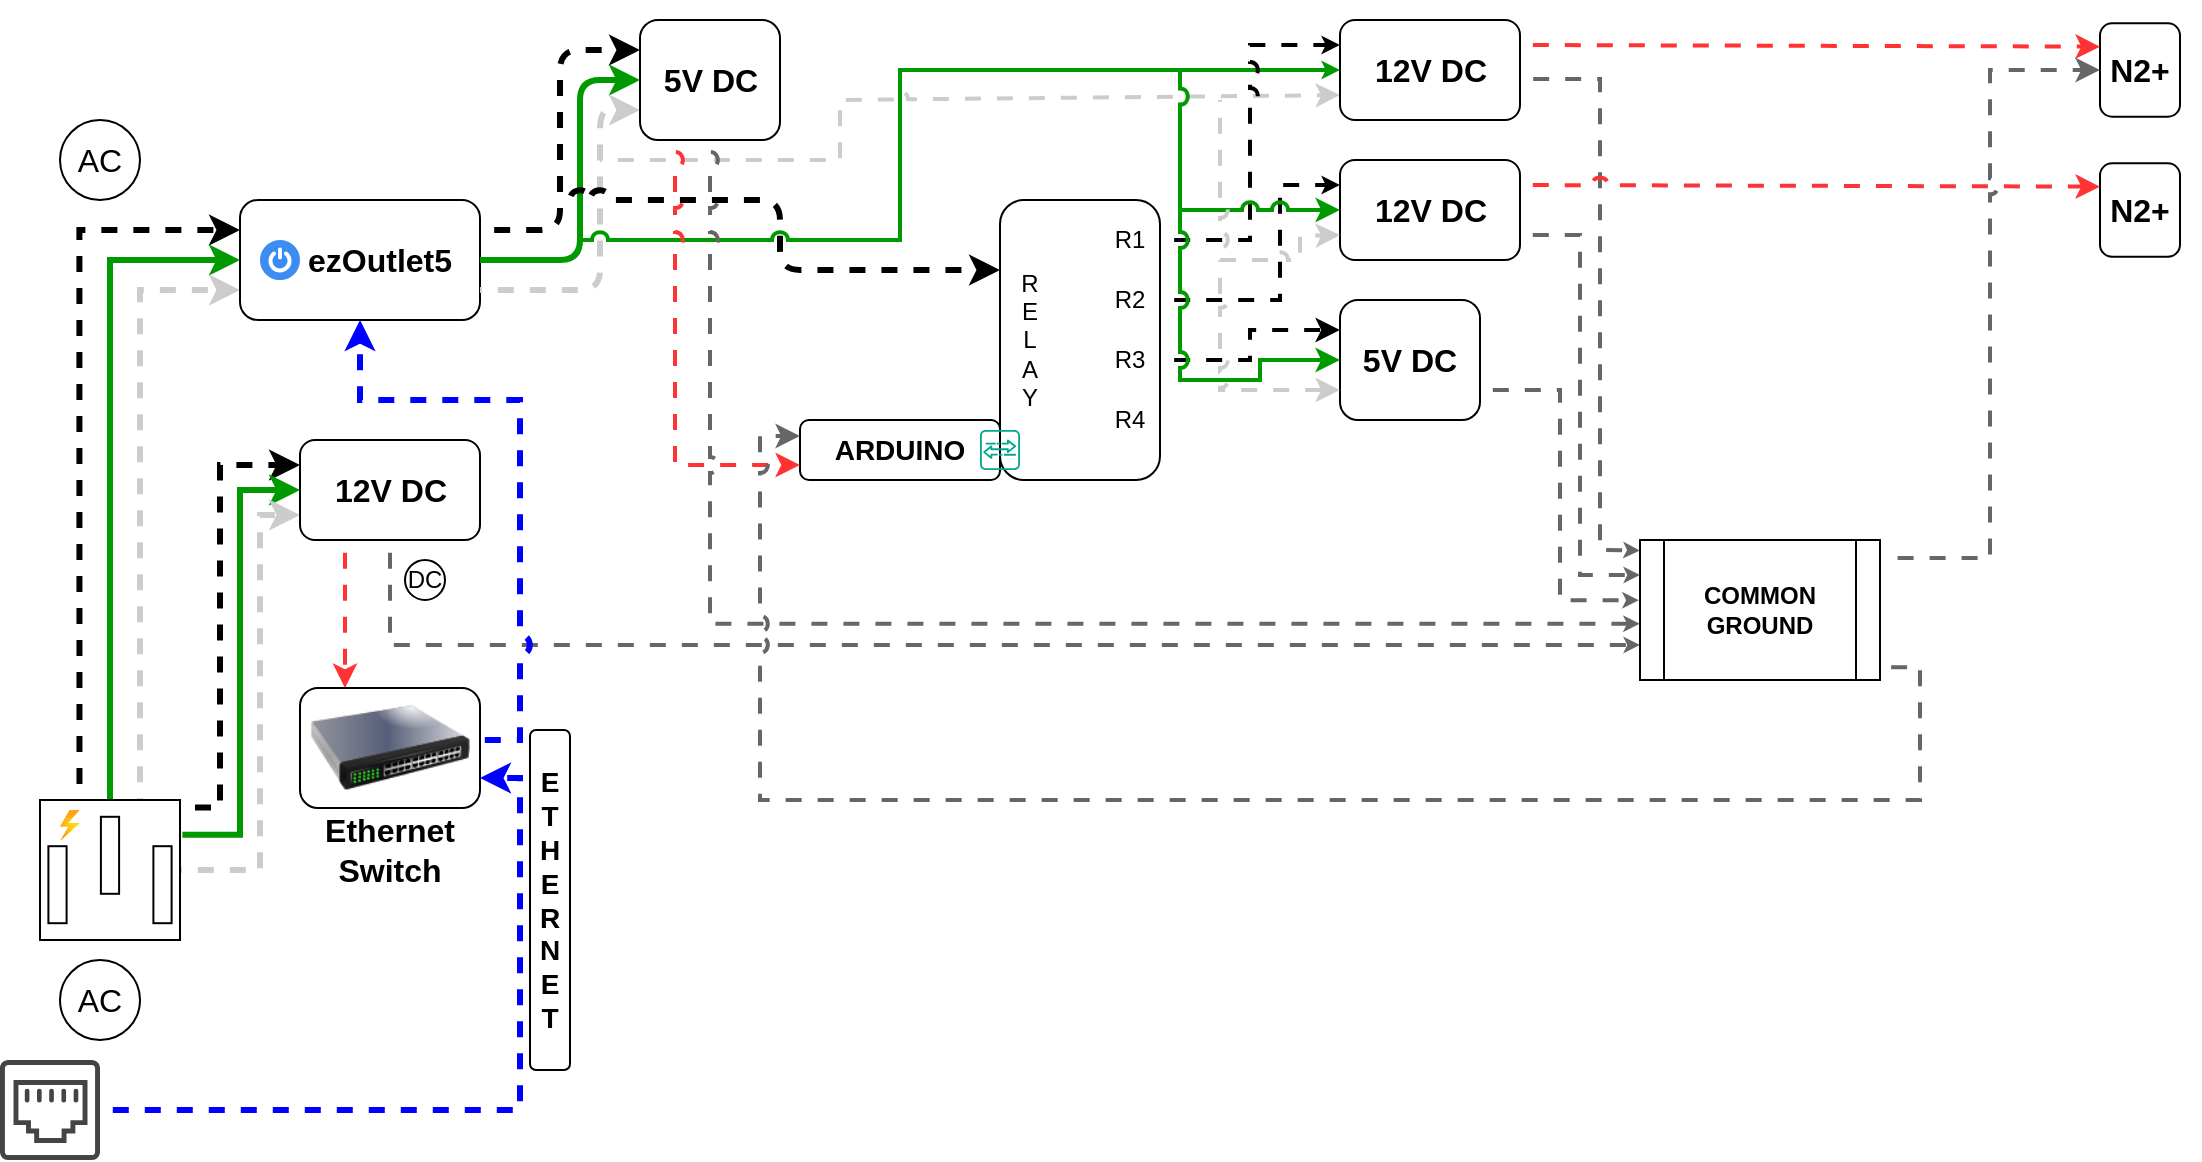
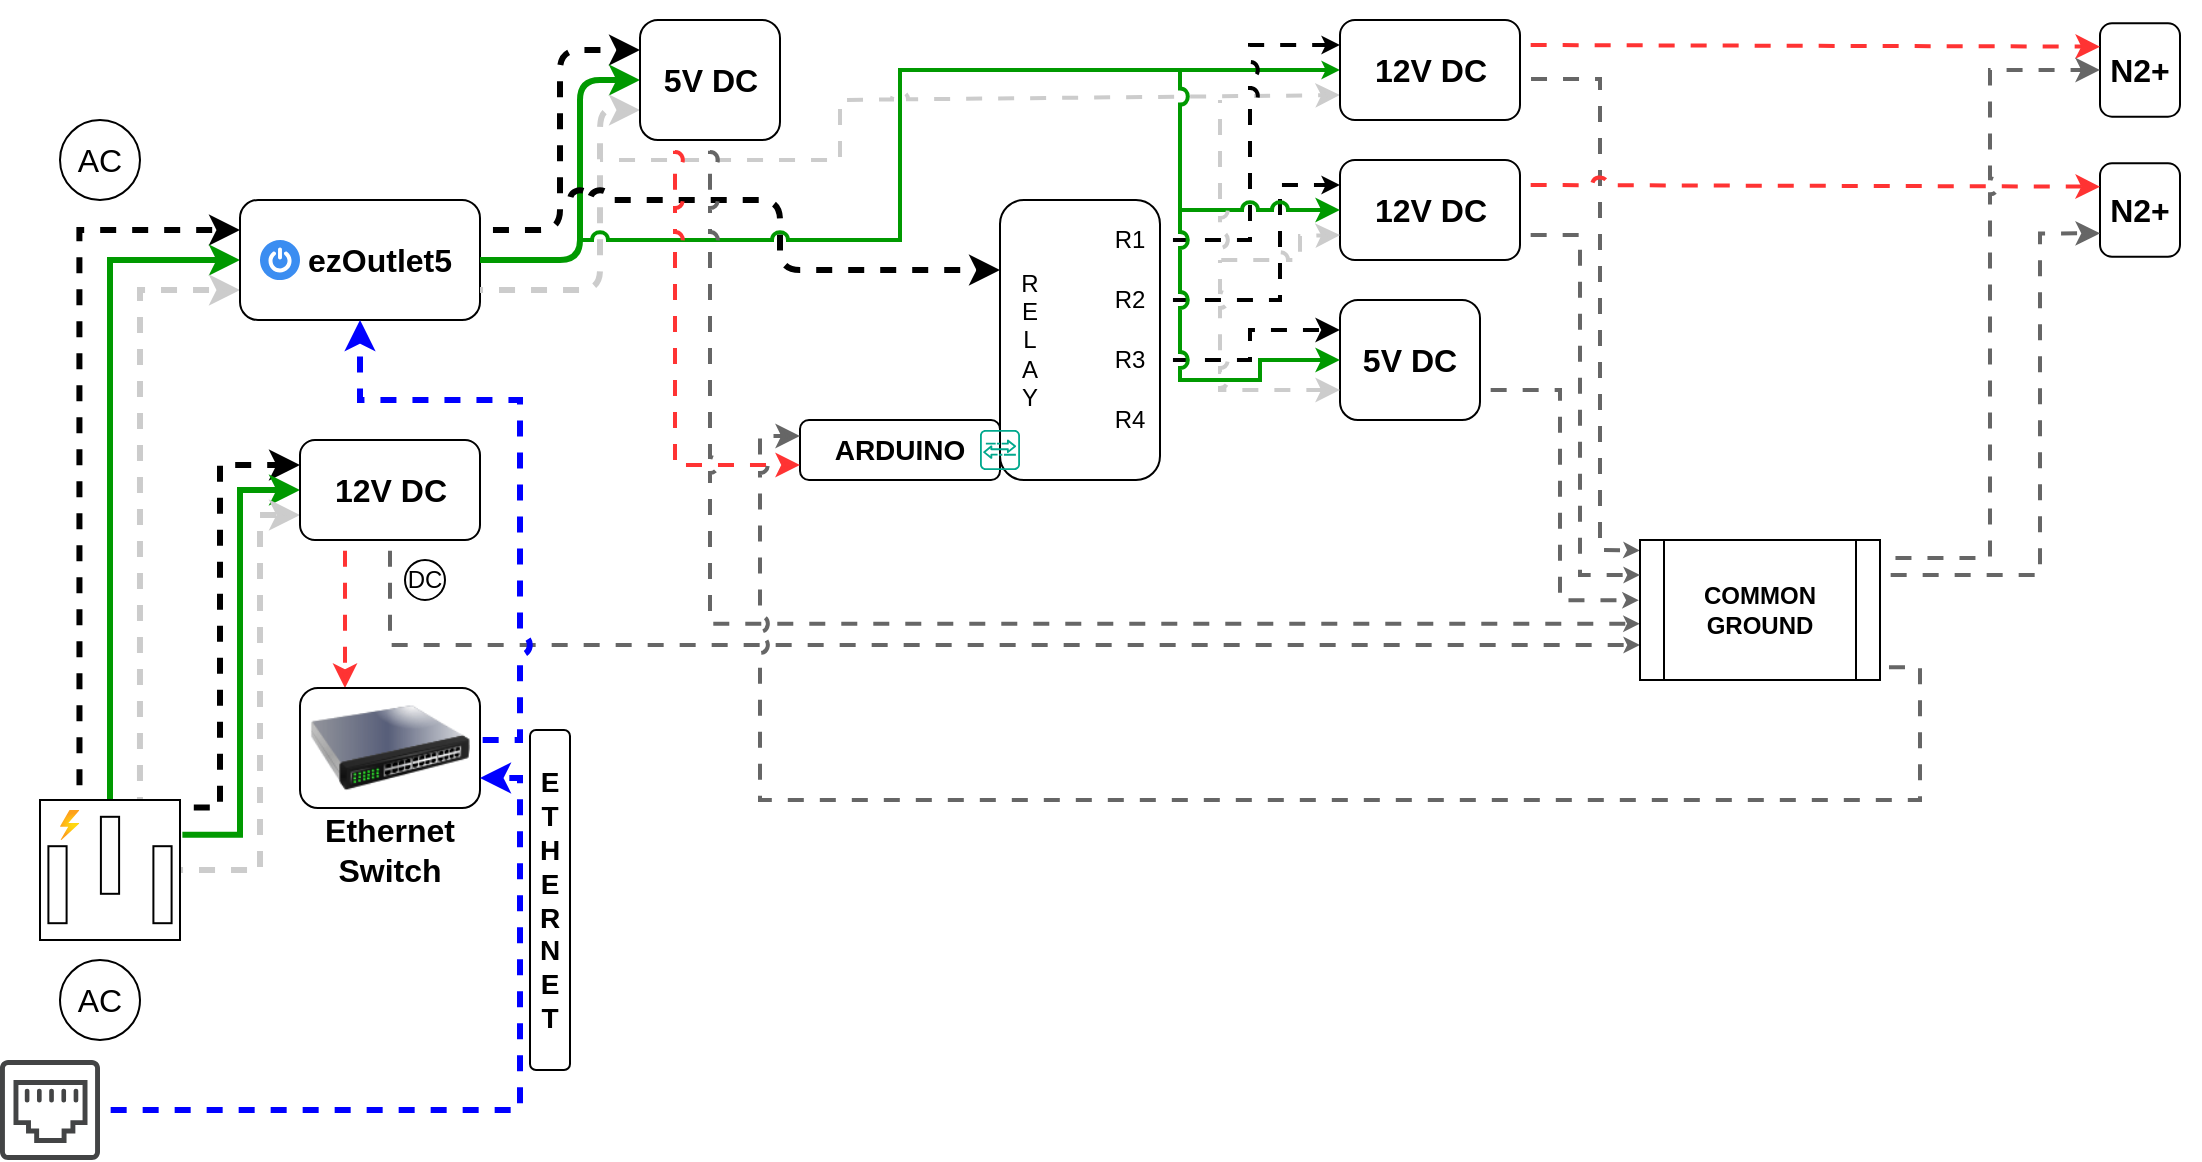
<mxfile host="app.diagrams.net" agent="Mozilla/5.0 (Windows NT 10.0; Win64; x64) AppleWebKit/537.36 (KHTML, like Gecko) Chrome/131.0.0.0 Safari/537.36 Edg/131.0.0.0" version="25.0.3">
  <diagram name="Page-1" id="VlRkN-xOVygPYa-iD9Ir">
-     <mxGraphModel dx="500" dy="313" grid="1" gridSize="10" guides="1" tooltips="1" connect="1" arrows="1" fold="1" page="1" pageScale="1" pageWidth="1600" pageHeight="900" background="none" math="0" shadow="0">
+     <mxGraphModel dx="1050" dy="658" grid="1" gridSize="10" guides="1" tooltips="1" connect="1" arrows="1" fold="1" page="1" pageScale="1" pageWidth="1600" pageHeight="900" background="none" math="0" shadow="0">
      <root>
        <mxCell id="0" />
        <mxCell id="1" parent="0" />
        <mxCell id="JVLtuT8sySUBbFbLTn6r-3" style="edgeStyle=orthogonalEdgeStyle;rounded=0;orthogonalLoop=1;jettySize=auto;html=1;entryX=0;entryY=0.25;entryDx=0;entryDy=0;exitX=0.282;exitY=-0.013;exitDx=0;exitDy=0;exitPerimeter=0;strokeWidth=3;flowAnimation=1;flowAnimationDirection=alternate;flowAnimationTimingFunction=ease-in-out;flowAnimationDuration=1500;jumpStyle=arc;" parent="1" source="pD8juBFKP1GN8B8eYQTb-1" target="pD8juBFKP1GN8B8eYQTb-3" edge="1">
          <mxGeometry relative="1" as="geometry" />
        </mxCell>
        <mxCell id="JVLtuT8sySUBbFbLTn6r-4" style="edgeStyle=orthogonalEdgeStyle;rounded=0;orthogonalLoop=1;jettySize=auto;html=1;exitX=0.5;exitY=0;exitDx=0;exitDy=0;exitPerimeter=0;entryX=0;entryY=0.5;entryDx=0;entryDy=0;strokeColor=#009900;strokeWidth=3;jumpStyle=arc;" parent="1" source="pD8juBFKP1GN8B8eYQTb-1" target="pD8juBFKP1GN8B8eYQTb-3" edge="1">
          <mxGeometry relative="1" as="geometry" />
        </mxCell>
        <mxCell id="JVLtuT8sySUBbFbLTn6r-5" style="edgeStyle=orthogonalEdgeStyle;rounded=0;orthogonalLoop=1;jettySize=auto;html=1;entryX=0;entryY=0.75;entryDx=0;entryDy=0;exitX=0.714;exitY=0;exitDx=0;exitDy=0;exitPerimeter=0;strokeWidth=3;strokeColor=#CCCCCC;flowAnimation=1;flowAnimationDirection=alternate-reverse;flowAnimationTimingFunction=ease-in-out;flowAnimationDuration=1500;jumpStyle=arc;" parent="1" source="pD8juBFKP1GN8B8eYQTb-1" target="pD8juBFKP1GN8B8eYQTb-3" edge="1">
          <mxGeometry relative="1" as="geometry">
            <mxPoint x="120" y="320" as="targetPoint" />
          </mxGeometry>
        </mxCell>
        <mxCell id="JVLtuT8sySUBbFbLTn6r-6" style="edgeStyle=orthogonalEdgeStyle;rounded=0;orthogonalLoop=1;jettySize=auto;html=1;entryX=0;entryY=0.25;entryDx=0;entryDy=0;exitX=1.006;exitY=0.054;exitDx=0;exitDy=0;exitPerimeter=0;strokeWidth=3;flowAnimation=1;flowAnimationDirection=alternate;flowAnimationTimingFunction=ease-in-out;flowAnimationDuration=1500;jumpStyle=arc;" parent="1" source="pD8juBFKP1GN8B8eYQTb-1" target="pD8juBFKP1GN8B8eYQTb-24" edge="1">
          <mxGeometry relative="1" as="geometry">
            <Array as="points">
              <mxPoint x="120" y="404" />
              <mxPoint x="120" y="233" />
            </Array>
          </mxGeometry>
        </mxCell>
        <mxCell id="JVLtuT8sySUBbFbLTn6r-7" style="edgeStyle=orthogonalEdgeStyle;rounded=0;orthogonalLoop=1;jettySize=auto;html=1;entryX=0;entryY=0.5;entryDx=0;entryDy=0;exitX=1.017;exitY=0.249;exitDx=0;exitDy=0;exitPerimeter=0;strokeWidth=3;strokeColor=#009900;jumpStyle=arc;" parent="1" source="pD8juBFKP1GN8B8eYQTb-1" target="pD8juBFKP1GN8B8eYQTb-24" edge="1">
          <mxGeometry relative="1" as="geometry" />
        </mxCell>
        <mxCell id="JVLtuT8sySUBbFbLTn6r-8" style="edgeStyle=orthogonalEdgeStyle;rounded=0;orthogonalLoop=1;jettySize=auto;html=1;entryX=0;entryY=0.75;entryDx=0;entryDy=0;strokeColor=#CCCCCC;strokeWidth=3;flowAnimation=1;flowAnimationDirection=alternate-reverse;flowAnimationTimingFunction=ease-in-out;flowAnimationDuration=1500;jumpStyle=arc;" parent="1" source="pD8juBFKP1GN8B8eYQTb-1" target="pD8juBFKP1GN8B8eYQTb-24" edge="1">
          <mxGeometry relative="1" as="geometry">
            <Array as="points">
              <mxPoint x="140" y="435" />
              <mxPoint x="140" y="258" />
            </Array>
          </mxGeometry>
        </mxCell>
        <mxCell id="JVLtuT8sySUBbFbLTn6r-1" value="" style="group" parent="1" vertex="1" connectable="0">
          <mxGeometry x="30" y="480" width="60" height="40" as="geometry" />
        </mxCell>
        <mxCell id="pD8juBFKP1GN8B8eYQTb-22" value="AC" style="text;html=1;align=center;verticalAlign=middle;whiteSpace=wrap;rounded=0;fontSize=16;" parent="JVLtuT8sySUBbFbLTn6r-1" vertex="1">
          <mxGeometry y="5" width="60" height="30" as="geometry" />
        </mxCell>
        <mxCell id="pD8juBFKP1GN8B8eYQTb-23" value="" style="ellipse;whiteSpace=wrap;html=1;fillColor=none;" parent="JVLtuT8sySUBbFbLTn6r-1" vertex="1">
          <mxGeometry x="10" width="40" height="40" as="geometry" />
        </mxCell>
        <mxCell id="JVLtuT8sySUBbFbLTn6r-2" value="" style="group" parent="1" vertex="1" connectable="0">
          <mxGeometry x="30" y="60" width="60" height="40" as="geometry" />
        </mxCell>
        <mxCell id="pD8juBFKP1GN8B8eYQTb-9" value="" style="ellipse;whiteSpace=wrap;html=1;fillColor=none;" parent="JVLtuT8sySUBbFbLTn6r-2" vertex="1">
          <mxGeometry x="10" width="40" height="40" as="geometry" />
        </mxCell>
        <mxCell id="pD8juBFKP1GN8B8eYQTb-11" value="AC" style="text;html=1;align=center;verticalAlign=middle;whiteSpace=wrap;rounded=0;fontSize=16;" parent="JVLtuT8sySUBbFbLTn6r-2" vertex="1">
          <mxGeometry y="5" width="60" height="30" as="geometry" />
        </mxCell>
        <mxCell id="JVLtuT8sySUBbFbLTn6r-9" value="" style="group" parent="1" vertex="1" connectable="0">
          <mxGeometry x="130" y="100" width="120" height="60" as="geometry" />
        </mxCell>
        <mxCell id="JVLtuT8sySUBbFbLTn6r-16" value="" style="group" parent="JVLtuT8sySUBbFbLTn6r-9" vertex="1" connectable="0">
          <mxGeometry width="120" height="60" as="geometry" />
        </mxCell>
        <mxCell id="pD8juBFKP1GN8B8eYQTb-3" value="" style="rounded=1;whiteSpace=wrap;html=1;" parent="JVLtuT8sySUBbFbLTn6r-16" vertex="1">
          <mxGeometry width="120" height="60" as="geometry" />
        </mxCell>
        <mxCell id="JVLtuT8sySUBbFbLTn6r-13" value="" style="sketch=0;html=1;aspect=fixed;strokeColor=none;shadow=0;fillColor=#3B8DF1;verticalAlign=top;labelPosition=center;verticalLabelPosition=bottom;shape=mxgraph.gcp2.a7_power" parent="JVLtuT8sySUBbFbLTn6r-16" vertex="1">
          <mxGeometry x="10" y="20" width="20" height="20" as="geometry" />
        </mxCell>
        <mxCell id="pD8juBFKP1GN8B8eYQTb-15" value="&lt;b&gt;ezOutlet5&lt;/b&gt;" style="text;html=1;align=center;verticalAlign=middle;whiteSpace=wrap;rounded=0;fontSize=16;" parent="JVLtuT8sySUBbFbLTn6r-16" vertex="1">
          <mxGeometry x="40" y="10" width="60" height="40" as="geometry" />
        </mxCell>
        <mxCell id="JVLtuT8sySUBbFbLTn6r-11" value="" style="group" parent="1" vertex="1" connectable="0">
          <mxGeometry x="160" y="220" width="90" height="50" as="geometry" />
        </mxCell>
        <mxCell id="JVLtuT8sySUBbFbLTn6r-72" value="" style="group" parent="JVLtuT8sySUBbFbLTn6r-11" vertex="1" connectable="0">
          <mxGeometry width="90" height="50" as="geometry" />
        </mxCell>
        <mxCell id="pD8juBFKP1GN8B8eYQTb-24" value="" style="rounded=1;whiteSpace=wrap;html=1;" parent="JVLtuT8sySUBbFbLTn6r-72" vertex="1">
          <mxGeometry width="90" height="50" as="geometry" />
        </mxCell>
        <mxCell id="JVLtuT8sySUBbFbLTn6r-10" value="&lt;font style=&quot;font-size: 16px;&quot;&gt;&lt;b&gt;12V DC&lt;/b&gt;&lt;/font&gt;" style="text;html=1;align=center;verticalAlign=middle;whiteSpace=wrap;rounded=0;" parent="JVLtuT8sySUBbFbLTn6r-72" vertex="1">
          <mxGeometry x="15.75" y="10" width="58.5" height="30" as="geometry" />
        </mxCell>
        <mxCell id="JVLtuT8sySUBbFbLTn6r-18" value="" style="group" parent="1" vertex="1" connectable="0">
          <mxGeometry x="30" y="400" width="70" height="70" as="geometry" />
        </mxCell>
        <mxCell id="pD8juBFKP1GN8B8eYQTb-1" value="" style="pointerEvents=1;verticalLabelPosition=bottom;shadow=0;dashed=0;align=center;html=1;verticalAlign=top;shape=mxgraph.electrical.miscellaneous.ac_out" parent="JVLtuT8sySUBbFbLTn6r-18" vertex="1">
          <mxGeometry width="70" height="70" as="geometry" />
        </mxCell>
        <mxCell id="JVLtuT8sySUBbFbLTn6r-12" value="" style="image;aspect=fixed;html=1;points=[];align=center;fontSize=12;image=img/lib/azure2/general/Power.svg;" parent="JVLtuT8sySUBbFbLTn6r-18" vertex="1">
          <mxGeometry x="10" y="5" width="9.72" height="15" as="geometry" />
        </mxCell>
        <mxCell id="JVLtuT8sySUBbFbLTn6r-23" style="edgeStyle=orthogonalEdgeStyle;rounded=0;orthogonalLoop=1;jettySize=auto;html=1;entryX=0.25;entryY=0;entryDx=0;entryDy=0;exitX=0.25;exitY=1;exitDx=0;exitDy=0;strokeColor=#FF3333;strokeWidth=2;flowAnimation=1;jumpStyle=arc;" parent="1" source="pD8juBFKP1GN8B8eYQTb-24" target="JVLtuT8sySUBbFbLTn6r-19" edge="1">
          <mxGeometry relative="1" as="geometry" />
        </mxCell>
        <mxCell id="JVLtuT8sySUBbFbLTn6r-28" value="" style="group" parent="1" vertex="1" connectable="0">
          <mxGeometry x="210" y="280" width="25" height="20" as="geometry" />
        </mxCell>
        <mxCell id="JVLtuT8sySUBbFbLTn6r-26" value="" style="ellipse;whiteSpace=wrap;html=1;aspect=fixed;" parent="JVLtuT8sySUBbFbLTn6r-28" vertex="1">
          <mxGeometry x="2.5" width="20" height="20" as="geometry" />
        </mxCell>
        <mxCell id="JVLtuT8sySUBbFbLTn6r-27" value="&lt;font&gt;DC&lt;/font&gt;" style="text;html=1;align=center;verticalAlign=middle;whiteSpace=wrap;rounded=0;" parent="JVLtuT8sySUBbFbLTn6r-28" vertex="1">
          <mxGeometry y="2.5" width="25" height="15" as="geometry" />
        </mxCell>
        <mxCell id="JVLtuT8sySUBbFbLTn6r-29" style="edgeStyle=orthogonalEdgeStyle;rounded=0;orthogonalLoop=1;jettySize=auto;html=1;exitX=0.5;exitY=1;exitDx=0;exitDy=0;strokeWidth=2;flowAnimation=1;strokeColor=#666666;jumpStyle=arc;entryX=0;entryY=0.75;entryDx=0;entryDy=0;endSize=2;" parent="1" source="pD8juBFKP1GN8B8eYQTb-24" target="0aRQkGjj-KWWZOeJOGup-9" edge="1">
          <mxGeometry relative="1" as="geometry">
            <mxPoint x="810" y="370" as="targetPoint" />
          </mxGeometry>
        </mxCell>
        <mxCell id="JVLtuT8sySUBbFbLTn6r-30" style="edgeStyle=orthogonalEdgeStyle;rounded=0;orthogonalLoop=1;jettySize=auto;html=1;exitX=1;exitY=0.5;exitDx=0;exitDy=0;entryX=0.5;entryY=1;entryDx=0;entryDy=0;strokeColor=#0000FF;strokeWidth=3;flowAnimation=1;jumpStyle=arc;" parent="1" source="JVLtuT8sySUBbFbLTn6r-19" target="pD8juBFKP1GN8B8eYQTb-3" edge="1">
          <mxGeometry relative="1" as="geometry">
            <Array as="points">
              <mxPoint x="270" y="370" />
              <mxPoint x="270" y="200" />
              <mxPoint x="190" y="200" />
            </Array>
          </mxGeometry>
        </mxCell>
        <mxCell id="JVLtuT8sySUBbFbLTn6r-33" value="" style="rounded=1;whiteSpace=wrap;html=1;" parent="1" vertex="1">
          <mxGeometry x="510" y="100" width="80" height="140" as="geometry" />
        </mxCell>
        <mxCell id="JVLtuT8sySUBbFbLTn6r-35" style="edgeStyle=orthogonalEdgeStyle;rounded=1;orthogonalLoop=1;jettySize=auto;html=1;exitX=1;exitY=0.25;exitDx=0;exitDy=0;entryX=0;entryY=0.25;entryDx=0;entryDy=0;curved=0;strokeWidth=3;flowAnimation=1;flowAnimationDirection=alternate;flowAnimationTimingFunction=ease-in-out;flowAnimationDuration=1500;jumpStyle=arc;" parent="1" source="pD8juBFKP1GN8B8eYQTb-3" target="JVLtuT8sySUBbFbLTn6r-34" edge="1">
          <mxGeometry relative="1" as="geometry" />
        </mxCell>
        <mxCell id="JVLtuT8sySUBbFbLTn6r-36" style="edgeStyle=orthogonalEdgeStyle;rounded=1;orthogonalLoop=1;jettySize=auto;html=1;exitX=1;exitY=0.5;exitDx=0;exitDy=0;entryX=0;entryY=0.5;entryDx=0;entryDy=0;curved=0;strokeWidth=3;strokeColor=#009900;jumpStyle=arc;" parent="1" source="pD8juBFKP1GN8B8eYQTb-3" target="JVLtuT8sySUBbFbLTn6r-34" edge="1">
          <mxGeometry relative="1" as="geometry">
            <Array as="points">
              <mxPoint x="300" y="130" />
              <mxPoint x="300" y="40" />
            </Array>
          </mxGeometry>
        </mxCell>
        <mxCell id="JVLtuT8sySUBbFbLTn6r-37" style="edgeStyle=orthogonalEdgeStyle;rounded=1;orthogonalLoop=1;jettySize=auto;html=1;exitX=1;exitY=0.75;exitDx=0;exitDy=0;entryX=0;entryY=0.75;entryDx=0;entryDy=0;curved=0;strokeColor=#CCCCCC;strokeWidth=3;flowAnimation=1;flowAnimationDirection=alternate-reverse;flowAnimationTimingFunction=ease-in-out;flowAnimationDuration=1500;jumpStyle=arc;" parent="1" source="pD8juBFKP1GN8B8eYQTb-3" target="JVLtuT8sySUBbFbLTn6r-34" edge="1">
          <mxGeometry relative="1" as="geometry">
            <Array as="points">
              <mxPoint x="310" y="145" />
              <mxPoint x="310" y="55" />
            </Array>
          </mxGeometry>
        </mxCell>
        <mxCell id="JVLtuT8sySUBbFbLTn6r-40" value="" style="endArrow=classic;html=1;rounded=1;curved=0;entryX=0;entryY=0.25;entryDx=0;entryDy=0;jumpStyle=arc;strokeWidth=3;flowAnimation=1;flowAnimationDirection=alternate;flowAnimationTimingFunction=ease-in-out;flowAnimationDuration=1500;" parent="1" target="JVLtuT8sySUBbFbLTn6r-33" edge="1">
          <mxGeometry width="50" height="50" relative="1" as="geometry">
            <mxPoint x="290" y="100" as="sourcePoint" />
            <mxPoint x="410" y="170" as="targetPoint" />
            <Array as="points">
              <mxPoint x="400" y="100" />
              <mxPoint x="400" y="135" />
            </Array>
          </mxGeometry>
        </mxCell>
        <mxCell id="JVLtuT8sySUBbFbLTn6r-51" value="" style="group" parent="1" vertex="1" connectable="0">
          <mxGeometry x="160" y="344" width="90" height="96" as="geometry" />
        </mxCell>
        <mxCell id="JVLtuT8sySUBbFbLTn6r-21" value="" style="group" parent="JVLtuT8sySUBbFbLTn6r-51" vertex="1" connectable="0">
          <mxGeometry width="90" height="70" as="geometry" />
        </mxCell>
        <mxCell id="JVLtuT8sySUBbFbLTn6r-50" value="" style="group" parent="JVLtuT8sySUBbFbLTn6r-21" vertex="1" connectable="0">
          <mxGeometry width="90" height="70" as="geometry" />
        </mxCell>
        <mxCell id="JVLtuT8sySUBbFbLTn6r-19" value="" style="rounded=1;whiteSpace=wrap;html=1;" parent="JVLtuT8sySUBbFbLTn6r-50" vertex="1">
          <mxGeometry width="90" height="60" as="geometry" />
        </mxCell>
        <mxCell id="JVLtuT8sySUBbFbLTn6r-49" value="" style="image;html=1;image=img/lib/clip_art/networking/Switch_128x128.png" parent="JVLtuT8sySUBbFbLTn6r-50" vertex="1">
          <mxGeometry x="5" y="-10" width="80" height="80" as="geometry" />
        </mxCell>
        <mxCell id="JVLtuT8sySUBbFbLTn6r-20" value="&lt;b&gt;&lt;font style=&quot;font-size: 16px;&quot;&gt;Ethernet&lt;/font&gt;&lt;/b&gt;&lt;div&gt;&lt;b&gt;&lt;font style=&quot;font-size: 16px;&quot;&gt;Switch&lt;/font&gt;&lt;/b&gt;&lt;/div&gt;" style="text;html=1;align=center;verticalAlign=middle;whiteSpace=wrap;rounded=0;" parent="JVLtuT8sySUBbFbLTn6r-51" vertex="1">
          <mxGeometry x="15" y="66" width="60" height="30" as="geometry" />
        </mxCell>
        <mxCell id="JVLtuT8sySUBbFbLTn6r-53" value="" style="group" parent="1" vertex="1" connectable="0">
          <mxGeometry x="330" y="10" width="70" height="60" as="geometry" />
        </mxCell>
        <mxCell id="JVLtuT8sySUBbFbLTn6r-71" value="" style="group" parent="JVLtuT8sySUBbFbLTn6r-53" vertex="1" connectable="0">
          <mxGeometry width="70" height="60" as="geometry" />
        </mxCell>
        <mxCell id="JVLtuT8sySUBbFbLTn6r-34" value="" style="rounded=1;whiteSpace=wrap;html=1;" parent="JVLtuT8sySUBbFbLTn6r-71" vertex="1">
          <mxGeometry width="70" height="60" as="geometry" />
        </mxCell>
        <mxCell id="JVLtuT8sySUBbFbLTn6r-52" value="&lt;font style=&quot;font-size: 16px;&quot;&gt;&lt;b&gt;5&lt;/b&gt;&lt;/font&gt;&lt;b style=&quot;font-size: 16px; background-color: initial;&quot;&gt;V DC&lt;/b&gt;" style="text;html=1;align=center;verticalAlign=middle;whiteSpace=wrap;rounded=0;" parent="JVLtuT8sySUBbFbLTn6r-71" vertex="1">
          <mxGeometry x="5.75" y="15" width="58.5" height="30" as="geometry" />
        </mxCell>
        <mxCell id="JVLtuT8sySUBbFbLTn6r-54" value="" style="endArrow=classic;html=1;rounded=0;entryX=0;entryY=0.5;entryDx=0;entryDy=0;jumpStyle=arc;strokeColor=#009900;strokeWidth=2;endSize=3;" parent="1" target="JVLtuT8sySUBbFbLTn6r-74" edge="1">
          <mxGeometry width="50" height="50" relative="1" as="geometry">
            <mxPoint x="300" y="120" as="sourcePoint" />
            <mxPoint x="350" y="80" as="targetPoint" />
            <Array as="points">
              <mxPoint x="460" y="120" />
              <mxPoint x="460" y="35" />
            </Array>
          </mxGeometry>
        </mxCell>
        <mxCell id="JVLtuT8sySUBbFbLTn6r-55" value="" style="endArrow=classic;html=1;rounded=0;entryX=0;entryY=0.75;entryDx=0;entryDy=0;strokeColor=#CCCCCC;strokeWidth=2;jumpStyle=arc;flowAnimation=1;flowAnimationDirection=alternate-reverse;flowAnimationTimingFunction=ease-in-out;flowAnimationDuration=1500;" parent="1" target="JVLtuT8sySUBbFbLTn6r-74" edge="1">
          <mxGeometry width="50" height="50" relative="1" as="geometry">
            <mxPoint x="310" y="80" as="sourcePoint" />
            <mxPoint x="350" y="140" as="targetPoint" />
            <Array as="points">
              <mxPoint x="430" y="80" />
              <mxPoint x="430" y="50" />
              <mxPoint x="520" y="50" />
            </Array>
          </mxGeometry>
        </mxCell>
        <mxCell id="JVLtuT8sySUBbFbLTn6r-56" value="R&lt;div&gt;E&lt;/div&gt;&lt;div&gt;L&lt;/div&gt;&lt;div&gt;A&lt;/div&gt;&lt;div&gt;Y&lt;/div&gt;" style="text;html=1;align=center;verticalAlign=middle;whiteSpace=wrap;rounded=0;" parent="1" vertex="1">
          <mxGeometry x="510" y="135" width="30" height="70" as="geometry" />
        </mxCell>
        <mxCell id="JVLtuT8sySUBbFbLTn6r-79" style="edgeStyle=orthogonalEdgeStyle;rounded=0;orthogonalLoop=1;jettySize=auto;html=1;exitX=1;exitY=0.5;exitDx=0;exitDy=0;entryX=0;entryY=0.25;entryDx=0;entryDy=0;strokeWidth=2;flowAnimation=1;flowAnimationDirection=alternate;flowAnimationTimingFunction=ease-in-out;flowAnimationDuration=1500;jumpStyle=arc;endSize=3;" parent="1" source="JVLtuT8sySUBbFbLTn6r-57" target="JVLtuT8sySUBbFbLTn6r-74" edge="1">
          <mxGeometry relative="1" as="geometry" />
        </mxCell>
        <mxCell id="JVLtuT8sySUBbFbLTn6r-57" value="R1" style="text;html=1;align=center;verticalAlign=middle;whiteSpace=wrap;rounded=0;" parent="1" vertex="1">
          <mxGeometry x="560" y="105" width="30" height="30" as="geometry" />
        </mxCell>
        <mxCell id="JVLtuT8sySUBbFbLTn6r-80" style="edgeStyle=orthogonalEdgeStyle;rounded=0;orthogonalLoop=1;jettySize=auto;html=1;exitX=1;exitY=0.5;exitDx=0;exitDy=0;entryX=0;entryY=0.25;entryDx=0;entryDy=0;strokeWidth=2;flowAnimation=1;flowAnimationDirection=alternate;flowAnimationTimingFunction=ease-in-out;flowAnimationDuration=1500;endSize=3;jumpStyle=arc;" parent="1" source="JVLtuT8sySUBbFbLTn6r-58" target="JVLtuT8sySUBbFbLTn6r-77" edge="1">
          <mxGeometry relative="1" as="geometry">
            <Array as="points">
              <mxPoint x="650" y="150" />
              <mxPoint x="650" y="93" />
            </Array>
          </mxGeometry>
        </mxCell>
        <mxCell id="JVLtuT8sySUBbFbLTn6r-58" value="R2" style="text;html=1;align=center;verticalAlign=middle;whiteSpace=wrap;rounded=0;" parent="1" vertex="1">
          <mxGeometry x="560" y="135" width="30" height="30" as="geometry" />
        </mxCell>
        <mxCell id="JVLtuT8sySUBbFbLTn6r-81" style="edgeStyle=orthogonalEdgeStyle;rounded=0;orthogonalLoop=1;jettySize=auto;html=1;exitX=1;exitY=0.5;exitDx=0;exitDy=0;entryX=0;entryY=0.25;entryDx=0;entryDy=0;strokeWidth=2;flowAnimation=1;flowAnimationDirection=alternate;flowAnimationTimingFunction=ease-in-out;flowAnimationDuration=1500;jumpStyle=arc;" parent="1" source="JVLtuT8sySUBbFbLTn6r-59" target="JVLtuT8sySUBbFbLTn6r-63" edge="1">
          <mxGeometry relative="1" as="geometry" />
        </mxCell>
        <mxCell id="JVLtuT8sySUBbFbLTn6r-59" value="R3" style="text;html=1;align=center;verticalAlign=middle;whiteSpace=wrap;rounded=0;" parent="1" vertex="1">
          <mxGeometry x="560" y="165" width="30" height="30" as="geometry" />
        </mxCell>
        <mxCell id="JVLtuT8sySUBbFbLTn6r-60" value="R4" style="text;html=1;align=center;verticalAlign=middle;whiteSpace=wrap;rounded=0;" parent="1" vertex="1">
          <mxGeometry x="560" y="195" width="30" height="30" as="geometry" />
        </mxCell>
        <mxCell id="JVLtuT8sySUBbFbLTn6r-67" value="" style="group" parent="1" vertex="1" connectable="0">
          <mxGeometry x="680" y="150" width="70" height="60" as="geometry" />
        </mxCell>
        <mxCell id="JVLtuT8sySUBbFbLTn6r-63" value="" style="rounded=1;whiteSpace=wrap;html=1;" parent="JVLtuT8sySUBbFbLTn6r-67" vertex="1">
          <mxGeometry width="70" height="60" as="geometry" />
        </mxCell>
        <mxCell id="JVLtuT8sySUBbFbLTn6r-62" value="" style="group" parent="JVLtuT8sySUBbFbLTn6r-67" vertex="1" connectable="0">
          <mxGeometry x="5" y="5" width="60" height="50" as="geometry" />
        </mxCell>
        <mxCell id="JVLtuT8sySUBbFbLTn6r-64" value="&lt;font style=&quot;font-size: 16px;&quot;&gt;&lt;b&gt;5&lt;/b&gt;&lt;/font&gt;&lt;b style=&quot;font-size: 16px; background-color: initial;&quot;&gt;V DC&lt;/b&gt;" style="text;html=1;align=center;verticalAlign=middle;whiteSpace=wrap;rounded=0;" parent="JVLtuT8sySUBbFbLTn6r-62" vertex="1">
          <mxGeometry x="4.928571428571428" y="12.5" width="50.14285714285714" height="25" as="geometry" />
        </mxCell>
        <mxCell id="JVLtuT8sySUBbFbLTn6r-73" value="" style="group" parent="1" vertex="1" connectable="0">
          <mxGeometry x="680" y="10" width="90" height="50" as="geometry" />
        </mxCell>
        <mxCell id="JVLtuT8sySUBbFbLTn6r-74" value="" style="rounded=1;whiteSpace=wrap;html=1;" parent="JVLtuT8sySUBbFbLTn6r-73" vertex="1">
          <mxGeometry width="90" height="50" as="geometry" />
        </mxCell>
        <mxCell id="JVLtuT8sySUBbFbLTn6r-75" value="&lt;font style=&quot;font-size: 16px;&quot;&gt;&lt;b&gt;12V DC&lt;/b&gt;&lt;/font&gt;" style="text;html=1;align=center;verticalAlign=middle;whiteSpace=wrap;rounded=0;" parent="JVLtuT8sySUBbFbLTn6r-73" vertex="1">
          <mxGeometry x="15.75" y="10" width="58.5" height="30" as="geometry" />
        </mxCell>
        <mxCell id="JVLtuT8sySUBbFbLTn6r-76" value="" style="group" parent="1" vertex="1" connectable="0">
          <mxGeometry x="680" y="80" width="90" height="50" as="geometry" />
        </mxCell>
        <mxCell id="JVLtuT8sySUBbFbLTn6r-77" value="" style="rounded=1;whiteSpace=wrap;html=1;" parent="JVLtuT8sySUBbFbLTn6r-76" vertex="1">
          <mxGeometry width="90" height="50" as="geometry" />
        </mxCell>
        <mxCell id="JVLtuT8sySUBbFbLTn6r-78" value="&lt;font style=&quot;font-size: 16px;&quot;&gt;&lt;b&gt;12V DC&lt;/b&gt;&lt;/font&gt;" style="text;html=1;align=center;verticalAlign=middle;whiteSpace=wrap;rounded=0;" parent="JVLtuT8sySUBbFbLTn6r-76" vertex="1">
          <mxGeometry x="15.75" y="10" width="58.5" height="30" as="geometry" />
        </mxCell>
        <mxCell id="JVLtuT8sySUBbFbLTn6r-82" value="" style="endArrow=classic;html=1;rounded=0;entryX=0;entryY=0.5;entryDx=0;entryDy=0;jumpStyle=arc;strokeColor=#009900;strokeWidth=2;" parent="1" target="JVLtuT8sySUBbFbLTn6r-77" edge="1">
          <mxGeometry width="50" height="50" relative="1" as="geometry">
            <mxPoint x="600" y="35" as="sourcePoint" />
            <mxPoint x="660" y="105" as="targetPoint" />
            <Array as="points">
              <mxPoint x="600" y="105" />
            </Array>
          </mxGeometry>
        </mxCell>
        <mxCell id="JVLtuT8sySUBbFbLTn6r-83" value="" style="endArrow=classic;html=1;rounded=0;entryX=0;entryY=0.75;entryDx=0;entryDy=0;strokeWidth=2;strokeColor=#CCCCCC;flowAnimation=1;flowAnimationTimingFunction=ease-in-out;flowAnimationDirection=alternate-reverse;jumpStyle=arc;flowAnimationDuration=1500;" parent="1" target="JVLtuT8sySUBbFbLTn6r-77" edge="1">
          <mxGeometry width="50" height="50" relative="1" as="geometry">
            <mxPoint x="620" y="50" as="sourcePoint" />
            <mxPoint x="480" y="40" as="targetPoint" />
            <Array as="points">
              <mxPoint x="620" y="130" />
              <mxPoint x="660" y="130" />
              <mxPoint x="660" y="118" />
            </Array>
          </mxGeometry>
        </mxCell>
        <mxCell id="JVLtuT8sySUBbFbLTn6r-88" value="" style="endArrow=classic;html=1;rounded=0;entryX=0;entryY=0.5;entryDx=0;entryDy=0;strokeColor=#009900;strokeWidth=2;jumpStyle=arc;" parent="1" target="JVLtuT8sySUBbFbLTn6r-63" edge="1">
          <mxGeometry width="50" height="50" relative="1" as="geometry">
            <mxPoint x="600" y="100" as="sourcePoint" />
            <mxPoint x="600" y="140" as="targetPoint" />
            <Array as="points">
              <mxPoint x="600" y="190" />
              <mxPoint x="640" y="190" />
              <mxPoint x="640" y="180" />
            </Array>
          </mxGeometry>
        </mxCell>
        <mxCell id="JVLtuT8sySUBbFbLTn6r-89" value="" style="endArrow=classic;html=1;rounded=0;entryX=0;entryY=0.75;entryDx=0;entryDy=0;strokeWidth=2;strokeColor=#CCCCCC;flowAnimation=1;jumpStyle=arc;flowAnimationTimingFunction=ease-in-out;flowAnimationDirection=alternate-reverse;flowAnimationDuration=1500;" parent="1" target="JVLtuT8sySUBbFbLTn6r-63" edge="1">
          <mxGeometry width="50" height="50" relative="1" as="geometry">
            <mxPoint x="620" y="130" as="sourcePoint" />
            <mxPoint x="600" y="100" as="targetPoint" />
            <Array as="points">
              <mxPoint x="620" y="195" />
            </Array>
          </mxGeometry>
        </mxCell>
        <mxCell id="JVLtuT8sySUBbFbLTn6r-90" value="&lt;b&gt;&lt;font style=&quot;font-size: 14px;&quot;&gt;ARDUINO&lt;/font&gt;&lt;/b&gt;" style="rounded=1;whiteSpace=wrap;html=1;" parent="1" vertex="1">
          <mxGeometry x="410" y="210" width="100" height="30" as="geometry" />
        </mxCell>
        <mxCell id="JVLtuT8sySUBbFbLTn6r-91" style="edgeStyle=orthogonalEdgeStyle;rounded=0;orthogonalLoop=1;jettySize=auto;html=1;exitX=0.25;exitY=1;exitDx=0;exitDy=0;entryX=0;entryY=0.75;entryDx=0;entryDy=0;strokeWidth=2;flowAnimation=1;strokeColor=#FF3333;jumpStyle=arc;" parent="1" source="JVLtuT8sySUBbFbLTn6r-34" target="JVLtuT8sySUBbFbLTn6r-90" edge="1">
          <mxGeometry relative="1" as="geometry" />
        </mxCell>
        <mxCell id="JVLtuT8sySUBbFbLTn6r-92" style="edgeStyle=orthogonalEdgeStyle;rounded=0;orthogonalLoop=1;jettySize=auto;html=1;exitX=0.5;exitY=1;exitDx=0;exitDy=0;entryX=-0.001;entryY=0.598;entryDx=0;entryDy=0;strokeWidth=2;flowAnimation=1;strokeColor=#666666;jumpStyle=arc;endSize=2;entryPerimeter=0;" parent="1" source="JVLtuT8sySUBbFbLTn6r-34" target="0aRQkGjj-KWWZOeJOGup-9" edge="1">
          <mxGeometry relative="1" as="geometry" />
        </mxCell>
        <mxCell id="JVLtuT8sySUBbFbLTn6r-93" value="" style="sketch=0;outlineConnect=0;fontColor=#232F3E;gradientColor=none;fillColor=#01A88D;strokeColor=none;dashed=0;verticalLabelPosition=bottom;verticalAlign=top;align=center;html=1;fontSize=12;fontStyle=0;aspect=fixed;shape=mxgraph.aws4.agent2;" parent="1" vertex="1">
          <mxGeometry x="500" y="215" width="20" height="20" as="geometry" />
        </mxCell>
        <mxCell id="0aRQkGjj-KWWZOeJOGup-1" value="" style="endArrow=classic;html=1;rounded=0;entryX=1;entryY=0.75;entryDx=0;entryDy=0;strokeWidth=3;strokeColor=#0000FF;flowAnimation=1;jumpStyle=arc;" parent="1" source="0aRQkGjj-KWWZOeJOGup-3" target="JVLtuT8sySUBbFbLTn6r-19" edge="1">
          <mxGeometry width="50" height="50" relative="1" as="geometry">
            <mxPoint x="40" y="560" as="sourcePoint" />
            <mxPoint x="560" y="420" as="targetPoint" />
            <Array as="points">
              <mxPoint x="270" y="555" />
              <mxPoint x="270" y="389" />
            </Array>
          </mxGeometry>
        </mxCell>
        <mxCell id="0aRQkGjj-KWWZOeJOGup-2" value="" style="group" parent="1" vertex="1" connectable="0">
          <mxGeometry x="270" y="365" width="30" height="170" as="geometry" />
        </mxCell>
        <mxCell id="JVLtuT8sySUBbFbLTn6r-31" value="" style="rounded=1;whiteSpace=wrap;html=1;" parent="0aRQkGjj-KWWZOeJOGup-2" vertex="1">
          <mxGeometry x="5" width="20" height="170" as="geometry" />
        </mxCell>
        <mxCell id="JVLtuT8sySUBbFbLTn6r-32" value="&lt;b&gt;&lt;font style=&quot;font-size: 14px;&quot;&gt;E&lt;/font&gt;&lt;/b&gt;&lt;div&gt;&lt;b&gt;&lt;font style=&quot;font-size: 14px;&quot;&gt;T&lt;/font&gt;&lt;/b&gt;&lt;/div&gt;&lt;div&gt;&lt;b&gt;&lt;font style=&quot;font-size: 14px;&quot;&gt;H&lt;/font&gt;&lt;/b&gt;&lt;/div&gt;&lt;div&gt;&lt;b&gt;&lt;font style=&quot;font-size: 14px;&quot;&gt;E&lt;/font&gt;&lt;/b&gt;&lt;/div&gt;&lt;div&gt;&lt;b&gt;&lt;font style=&quot;font-size: 14px;&quot;&gt;R&lt;/font&gt;&lt;/b&gt;&lt;/div&gt;&lt;div&gt;&lt;b&gt;&lt;font style=&quot;font-size: 14px;&quot;&gt;N&lt;/font&gt;&lt;/b&gt;&lt;/div&gt;&lt;div&gt;&lt;b&gt;&lt;font style=&quot;font-size: 14px;&quot;&gt;E&lt;/font&gt;&lt;/b&gt;&lt;/div&gt;&lt;div&gt;&lt;b&gt;&lt;font style=&quot;font-size: 14px;&quot;&gt;T&lt;/font&gt;&lt;/b&gt;&lt;/div&gt;" style="text;html=1;align=center;verticalAlign=middle;whiteSpace=wrap;rounded=0;" parent="0aRQkGjj-KWWZOeJOGup-2" vertex="1">
          <mxGeometry y="10" width="30" height="150" as="geometry" />
        </mxCell>
        <mxCell id="0aRQkGjj-KWWZOeJOGup-3" value="" style="sketch=0;pointerEvents=1;shadow=0;dashed=0;html=1;strokeColor=none;fillColor=#434445;aspect=fixed;labelPosition=center;verticalLabelPosition=bottom;verticalAlign=top;align=center;outlineConnect=0;shape=mxgraph.vvd.ethernet_port;" parent="1" vertex="1">
          <mxGeometry x="10" y="530" width="50" height="50" as="geometry" />
        </mxCell>
        <mxCell id="0aRQkGjj-KWWZOeJOGup-6" value="" style="group" parent="1" vertex="1" connectable="0">
          <mxGeometry x="1050" width="60" height="70" as="geometry" />
        </mxCell>
        <mxCell id="0aRQkGjj-KWWZOeJOGup-4" value="" style="rounded=1;whiteSpace=wrap;html=1;" parent="0aRQkGjj-KWWZOeJOGup-6" vertex="1">
          <mxGeometry x="10" y="11.666666666666668" width="40" height="46.66666666666667" as="geometry" />
        </mxCell>
        <mxCell id="0aRQkGjj-KWWZOeJOGup-5" value="&lt;b&gt;&lt;font style=&quot;font-size: 16px;&quot;&gt;N2+&lt;/font&gt;&lt;/b&gt;" style="text;html=1;align=center;verticalAlign=middle;whiteSpace=wrap;rounded=0;" parent="0aRQkGjj-KWWZOeJOGup-6" vertex="1">
          <mxGeometry x="10" y="11.666666666666668" width="40" height="46.66666666666667" as="geometry" />
        </mxCell>
        <mxCell id="0aRQkGjj-KWWZOeJOGup-7" style="edgeStyle=orthogonalEdgeStyle;rounded=0;orthogonalLoop=1;jettySize=auto;html=1;exitX=1;exitY=0.25;exitDx=0;exitDy=0;entryX=0;entryY=0.25;entryDx=0;entryDy=0;strokeWidth=2;jumpStyle=arc;flowAnimation=1;strokeColor=#FF3333;" parent="1" source="JVLtuT8sySUBbFbLTn6r-74" target="0aRQkGjj-KWWZOeJOGup-5" edge="1">
          <mxGeometry relative="1" as="geometry" />
        </mxCell>
        <mxCell id="0aRQkGjj-KWWZOeJOGup-8" style="edgeStyle=orthogonalEdgeStyle;rounded=0;orthogonalLoop=1;jettySize=auto;html=1;exitX=1.002;exitY=0.598;exitDx=0;exitDy=0;entryX=-0.001;entryY=0.075;entryDx=0;entryDy=0;strokeWidth=2;strokeColor=#666666;flowAnimation=1;jumpStyle=arc;endSize=2;exitPerimeter=0;entryPerimeter=0;" parent="1" target="0aRQkGjj-KWWZOeJOGup-9" edge="1">
          <mxGeometry relative="1" as="geometry">
            <mxPoint x="770.1800000000001" y="39.49999999999998" as="sourcePoint" />
            <mxPoint x="830" y="269.99000000000007" as="targetPoint" />
            <Array as="points">
              <mxPoint x="810" y="40" />
              <mxPoint x="810" y="275" />
              <mxPoint x="820" y="275" />
            </Array>
          </mxGeometry>
        </mxCell>
        <mxCell id="0aRQkGjj-KWWZOeJOGup-11" value="" style="group" parent="1" vertex="1" connectable="0">
          <mxGeometry x="830" y="270" width="120" height="70" as="geometry" />
        </mxCell>
        <mxCell id="0aRQkGjj-KWWZOeJOGup-9" value="" style="shape=process;whiteSpace=wrap;html=1;backgroundOutline=1;" parent="0aRQkGjj-KWWZOeJOGup-11" vertex="1">
          <mxGeometry width="120" height="70" as="geometry" />
        </mxCell>
        <mxCell id="0aRQkGjj-KWWZOeJOGup-10" value="&lt;b&gt;COMMON&lt;/b&gt;&lt;div&gt;&lt;b&gt;GROUND&lt;/b&gt;&lt;/div&gt;" style="text;html=1;align=center;verticalAlign=middle;whiteSpace=wrap;rounded=0;" parent="0aRQkGjj-KWWZOeJOGup-11" vertex="1">
          <mxGeometry x="30" y="17.5" width="60" height="35" as="geometry" />
        </mxCell>
        <mxCell id="0aRQkGjj-KWWZOeJOGup-16" style="edgeStyle=orthogonalEdgeStyle;rounded=0;orthogonalLoop=1;jettySize=auto;html=1;exitX=1;exitY=0.75;exitDx=0;exitDy=0;entryX=0;entryY=0.25;entryDx=0;entryDy=0;strokeColor=#666666;flowAnimation=1;strokeWidth=2;endSize=2;" parent="1" source="JVLtuT8sySUBbFbLTn6r-77" target="0aRQkGjj-KWWZOeJOGup-9" edge="1">
          <mxGeometry relative="1" as="geometry" />
        </mxCell>
        <mxCell id="0aRQkGjj-KWWZOeJOGup-17" style="edgeStyle=orthogonalEdgeStyle;rounded=0;orthogonalLoop=1;jettySize=auto;html=1;exitX=1;exitY=0.75;exitDx=0;exitDy=0;entryX=-0.005;entryY=0.43;entryDx=0;entryDy=0;entryPerimeter=0;strokeWidth=2;strokeColor=#666666;flowAnimation=1;jumpStyle=arc;endSize=2;" parent="1" source="JVLtuT8sySUBbFbLTn6r-63" target="0aRQkGjj-KWWZOeJOGup-9" edge="1">
          <mxGeometry relative="1" as="geometry" />
        </mxCell>
        <mxCell id="GU7d8YhSs9KX_iTgDBDw-1" value="" style="group" vertex="1" connectable="0" parent="1">
          <mxGeometry x="1050" y="70" width="60" height="70" as="geometry" />
        </mxCell>
        <mxCell id="GU7d8YhSs9KX_iTgDBDw-2" value="" style="rounded=1;whiteSpace=wrap;html=1;" vertex="1" parent="GU7d8YhSs9KX_iTgDBDw-1">
          <mxGeometry x="10" y="11.666666666666668" width="40" height="46.66666666666667" as="geometry" />
        </mxCell>
        <mxCell id="GU7d8YhSs9KX_iTgDBDw-3" value="&lt;b&gt;&lt;font style=&quot;font-size: 16px;&quot;&gt;N2+&lt;/font&gt;&lt;/b&gt;" style="text;html=1;align=center;verticalAlign=middle;whiteSpace=wrap;rounded=0;" vertex="1" parent="GU7d8YhSs9KX_iTgDBDw-1">
          <mxGeometry x="10" y="11.666666666666668" width="40" height="46.66666666666667" as="geometry" />
        </mxCell>
        <mxCell id="GU7d8YhSs9KX_iTgDBDw-5" style="edgeStyle=orthogonalEdgeStyle;rounded=0;orthogonalLoop=1;jettySize=auto;html=1;exitX=1;exitY=0.25;exitDx=0;exitDy=0;entryX=0;entryY=0.25;entryDx=0;entryDy=0;strokeWidth=2;flowAnimation=1;strokeColor=#FF3333;jumpStyle=arc;" edge="1" parent="1" source="JVLtuT8sySUBbFbLTn6r-77" target="GU7d8YhSs9KX_iTgDBDw-3">
          <mxGeometry relative="1" as="geometry" />
        </mxCell>
        <mxCell id="GU7d8YhSs9KX_iTgDBDw-6" style="edgeStyle=orthogonalEdgeStyle;rounded=0;orthogonalLoop=1;jettySize=auto;html=1;exitX=1.02;exitY=0.129;exitDx=0;exitDy=0;entryX=0;entryY=0.5;entryDx=0;entryDy=0;strokeWidth=2;flowAnimation=1;strokeColor=#666666;exitPerimeter=0;jumpStyle=arc;" edge="1" parent="1" source="0aRQkGjj-KWWZOeJOGup-9" target="0aRQkGjj-KWWZOeJOGup-5">
          <mxGeometry relative="1" as="geometry" />
        </mxCell>
        <mxCell id="GU7d8YhSs9KX_iTgDBDw-7" style="edgeStyle=orthogonalEdgeStyle;rounded=0;orthogonalLoop=1;jettySize=auto;html=1;exitX=0.993;exitY=0.908;exitDx=0;exitDy=0;entryX=0;entryY=0.25;entryDx=0;entryDy=0;strokeWidth=2;strokeColor=#666666;flowAnimation=1;jumpStyle=arc;exitPerimeter=0;" edge="1" parent="1" source="0aRQkGjj-KWWZOeJOGup-9" target="JVLtuT8sySUBbFbLTn6r-90">
          <mxGeometry relative="1" as="geometry">
            <mxPoint x="950" y="300" as="sourcePoint" />
            <mxPoint x="410" y="230" as="targetPoint" />
            <Array as="points">
              <mxPoint x="970" y="334" />
              <mxPoint x="970" y="400" />
              <mxPoint x="390" y="400" />
              <mxPoint x="390" y="218" />
              <mxPoint x="410" y="218" />
            </Array>
          </mxGeometry>
        </mxCell>
+         <mxCell id="GU7d8YhSs9KX_iTgDBDw-8" style="edgeStyle=orthogonalEdgeStyle;rounded=0;orthogonalLoop=1;jettySize=auto;html=1;exitX=1;exitY=0.25;exitDx=0;exitDy=0;entryX=0;entryY=0.75;entryDx=0;entryDy=0;strokeWidth=2;strokeColor=#666666;flowAnimation=1;jumpStyle=arc;" edge="1" parent="1" source="0aRQkGjj-KWWZOeJOGup-9" target="GU7d8YhSs9KX_iTgDBDw-3">
+           <mxGeometry relative="1" as="geometry">
+             <Array as="points">
+               <mxPoint x="1030" y="288" />
+               <mxPoint x="1030" y="117" />
+             </Array>
+           </mxGeometry>
+         </mxCell>
      </root>
    </mxGraphModel>
  </diagram>
</mxfile>
